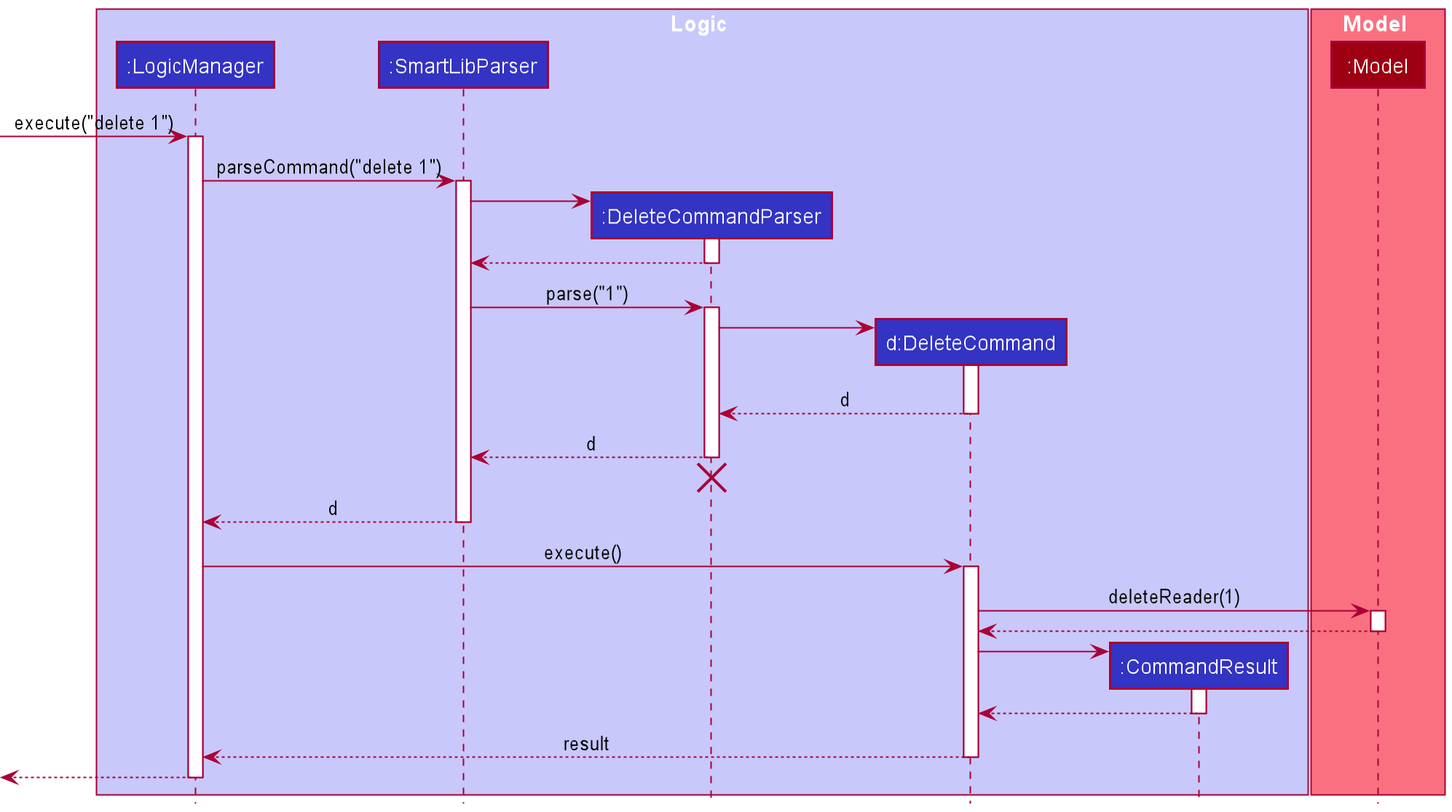
The PlantUML diagram docs/images/DeleteSequenceDiagram.png in nus-cs2103-AY2021S2/tp, before a commit.
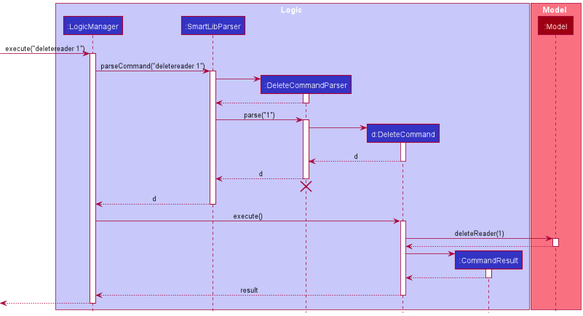
After the commit.

What changed in the source:
```diff
@@ -13,10 +13,10 @@
 participant ":Model" as Model MODEL_COLOR
 end box
 
-[-> LogicManager : execute("delete 1")
+[-> LogicManager : execute("deletereader 1")
 activate LogicManager
 
-LogicManager -> SmartLibParser : parseCommand("delete 1")
+LogicManager -> SmartLibParser : parseCommand("deletereader 1")
 activate SmartLibParser
 
 create DeleteCommandParser
```
